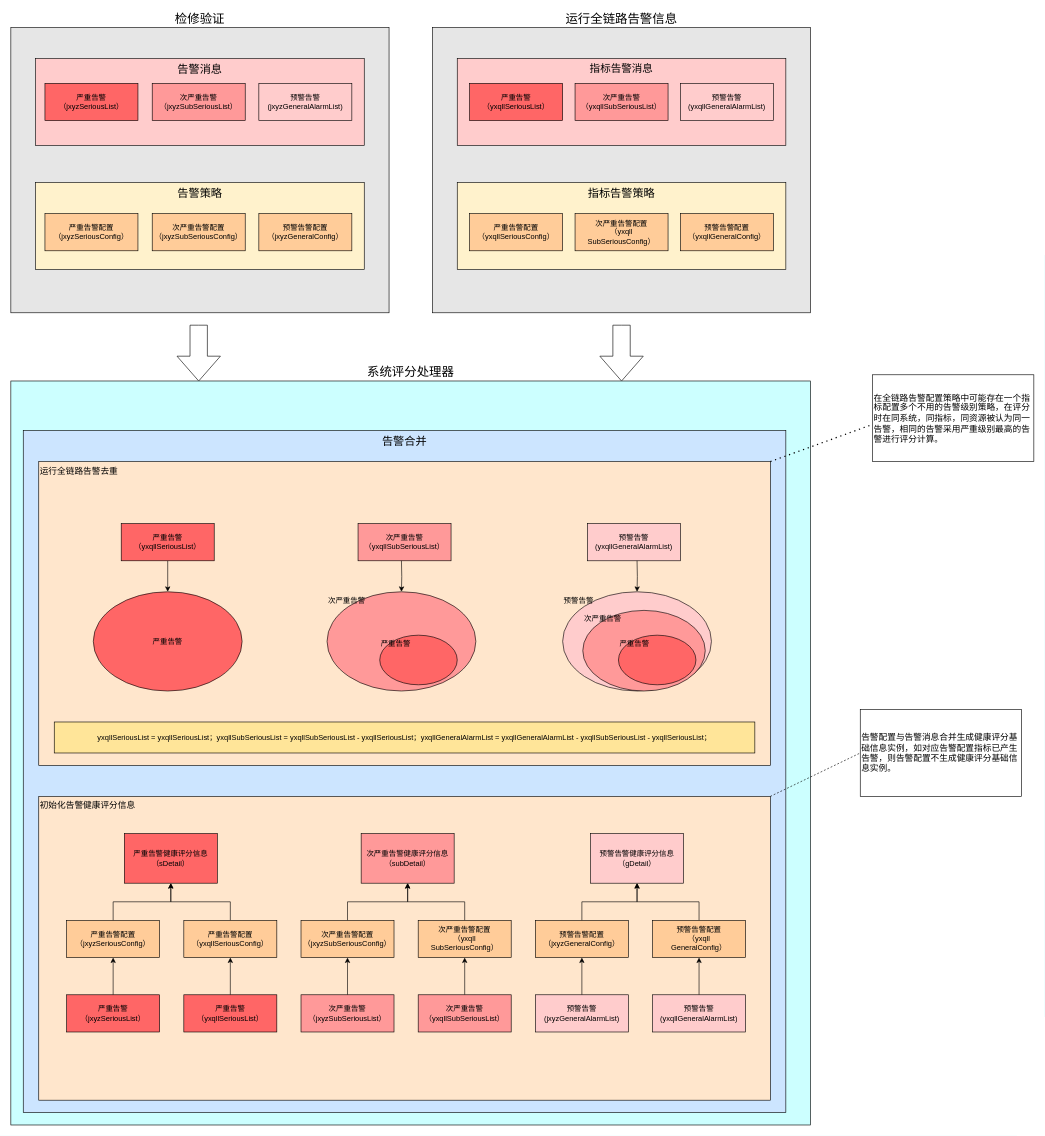
Earlier version of the draw.io diagram 健康模型.drawio (diaosinanshen/draw). Source tidied: cells renumbered, new cells numbered last; positions are measured from the earlier drawing's top-left corner, leaving out a move shared by most shapes. Both pictures are drawn from the tidied source at 62%, with x=0, y=0 at pixel (11, 27).
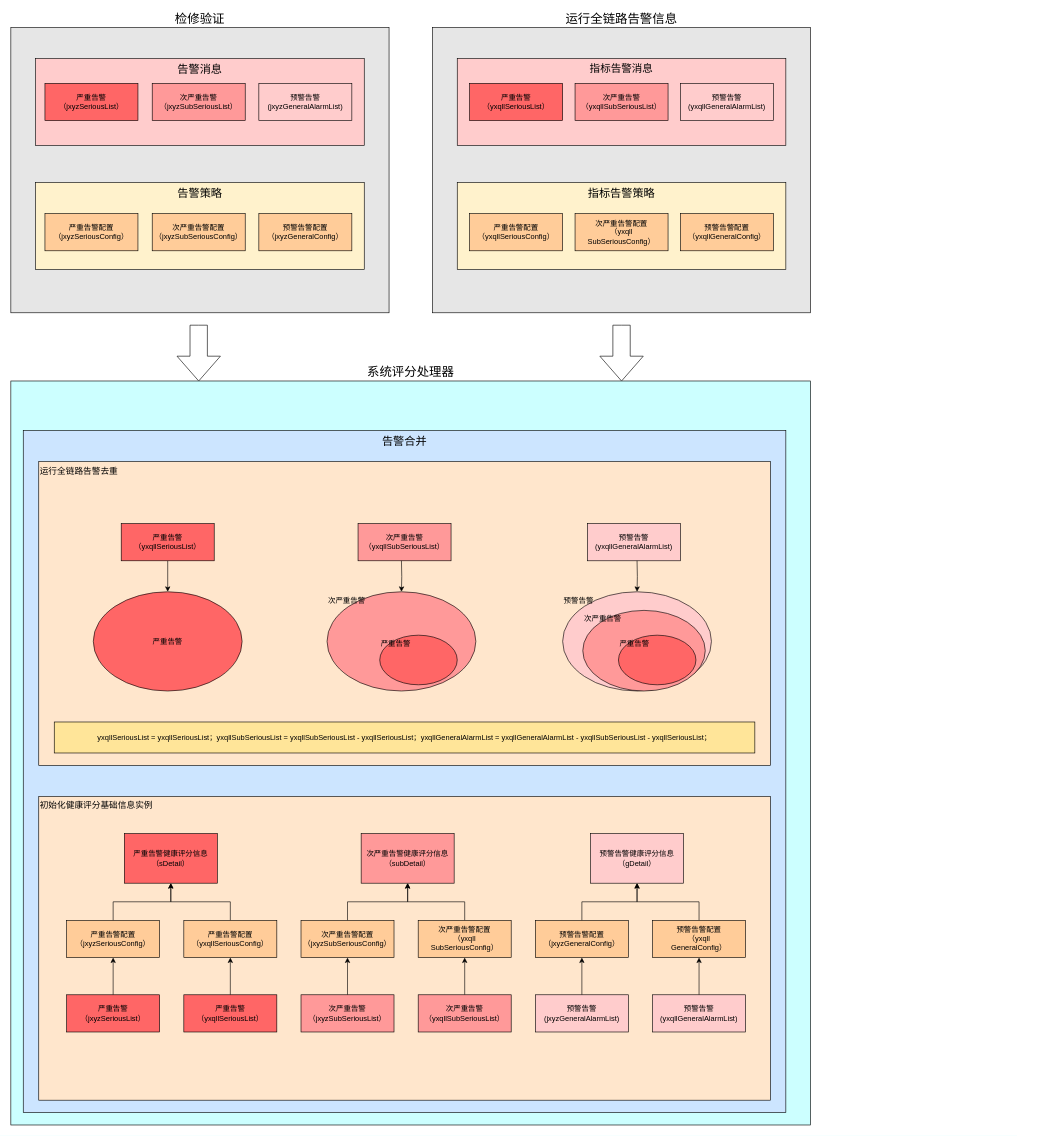
The same diagram, later.

Commit message:
更新健康模型.drawio

Unchanged cells that the change refers to:
```xml
<mxCell id="22" value="运行全链路告警去重" style="rounded=0;whiteSpace=wrap;html=1;verticalAlign=top;align=left;labelPosition=center;verticalLabelPosition=middle;fillColor=#FFE6CC;fontSize=14;" parent="1" vertex="1">
  <mxGeometry x="45" y="700" width="1180" height="490" as="geometry" />
</mxCell>
```

What changed in the source:
```diff
@@
-    <mxCell id="23" value="初始化告警健康评分信息" style="rounded=0;whiteSpace=wrap;html=1;align=left;verticalAlign=top;fillColor=#FFE6CC;fontSize=14;" parent="1" vertex="1">
+    <mxCell id="23" value="初始化健康评分基础信息实例" style="rounded=0;whiteSpace=wrap;html=1;align=left;verticalAlign=top;fillColor=#FFE6CC;fontSize=14;" parent="1" vertex="1">
       <mxGeometry x="45" y="1240" width="1180" height="490" as="geometry" />
     </mxCell>
@@
-    <mxCell id="66" style="endArrow=none;dashed=1;html=1;dashPattern=1 3;strokeWidth=2;rounded=0;fontSize=14;exitX=1;exitY=0;exitDx=0;exitDy=0;" parent="1" edge="1" source="22">
-      <mxGeometry relative="1" as="geometry">
-        <mxPoint x="1390" y="640" as="targetPoint" />
-      </mxGeometry>
-    </mxCell>
-    <mxCell id="67" value="在全链路告警配置策略中可能存在一个指标配置多个不用的告警级别策略，在评分时在同系统，同指标，同资源被认为同一告警，相同的告警采用严重级别最高的告警进行评分计算。" style="text;html=1;strokeColor=default;fillColor=none;align=left;verticalAlign=middle;whiteSpace=wrap;rounded=0;fontSize=14;" parent="1" vertex="1">
-      <mxGeometry x="1390" y="560" width="260" height="140" as="geometry" />
-    </mxCell>
-    <mxCell id="68" style="endArrow=none;dashed=1;html=1;rounded=0;fontSize=14;exitX=1;exitY=0;exitDx=0;exitDy=0;" parent="1" edge="1" source="23">
-      <mxGeometry relative="1" as="geometry">
-        <mxPoint x="1370" y="1170" as="targetPoint" />
-      </mxGeometry>
-    </mxCell>
-    <mxCell id="69" value="告警配置与告警消息合并生成健康评分基础信息实例，如对应告警配置指标已产生告警，则告警配置不生成健康评分基础信息实例。" style="text;html=1;strokeColor=default;fillColor=none;align=left;verticalAlign=middle;whiteSpace=wrap;rounded=0;fontSize=14;" parent="1" vertex="1">
-      <mxGeometry x="1370" y="1100" width="260" height="140" as="geometry" />
-    </mxCell>
```
